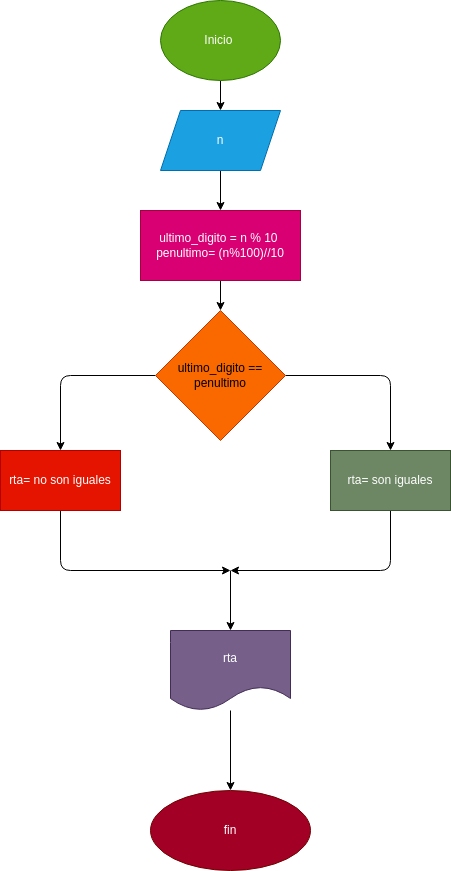
The draw.io diagram diagrama.png in Thiago3108/Dos_digitos_iguales, before a commit. Source tidied: cells renumbered, new cells last; positions are measured from the earlier drawing's top-left corner, leaving out a move shared by most shapes.
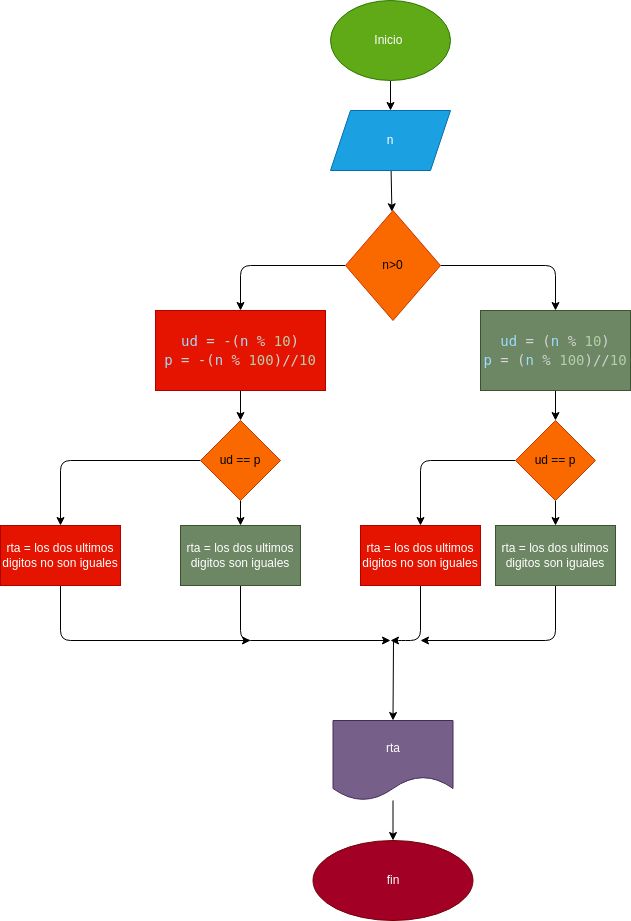
After the commit.

Diff of the diagram source:
```diff
@@ -8,71 +8,125 @@
     <mxCell id="3" value="Inicio&amp;nbsp;" style="ellipse;whiteSpace=wrap;html=1;fillColor=#60a917;fontColor=#ffffff;strokeColor=#2D7600;" parent="1" vertex="1">
       <mxGeometry x="160" width="120" height="80" as="geometry" />
     </mxCell>
-    <mxCell id="4" style="edgeStyle=none;html=1;" parent="1" edge="1" source="5" target="7">
+    <mxCell id="4" style="edgeStyle=none;html=1;" parent="1" edge="1" source="5" target="10">
       <mxGeometry relative="1" as="geometry" />
     </mxCell>
     <mxCell id="5" value="n" style="shape=parallelogram;perimeter=parallelogramPerimeter;whiteSpace=wrap;html=1;fixedSize=1;fillColor=#1ba1e2;fontColor=#ffffff;strokeColor=#006EAF;" parent="1" vertex="1">
       <mxGeometry x="160" y="110" width="120" height="60" as="geometry" />
     </mxCell>
-    <mxCell id="6" style="edgeStyle=none;html=1;" parent="1" edge="1" source="7" target="10">
-      <mxGeometry relative="1" as="geometry" />
-    </mxCell>
-    <mxCell id="7" value="ultimo_digito = n % 10&amp;nbsp;&lt;br&gt;penultimo= (n%100)//10" style="whiteSpace=wrap;html=1;fillColor=#d80073;fontColor=#ffffff;strokeColor=#A50040;" parent="1" vertex="1">
-      <mxGeometry x="140" y="210" width="160" height="70" as="geometry" />
-    </mxCell>
     <mxCell id="8" style="edgeStyle=none;html=1;" parent="1" edge="1" source="10" target="12">
       <mxGeometry relative="1" as="geometry">
         <Array as="points">
-          <mxPoint x="60" y="375" />
+          <mxPoint x="70" y="265" />
         </Array>
       </mxGeometry>
     </mxCell>
     <mxCell id="9" style="edgeStyle=none;html=1;" parent="1" edge="1" source="10" target="14">
       <mxGeometry relative="1" as="geometry">
         <Array as="points">
-          <mxPoint x="390" y="375" />
+          <mxPoint x="385" y="265" />
         </Array>
       </mxGeometry>
     </mxCell>
-    <mxCell id="10" value="ultimo_digito == penultimo" style="rhombus;whiteSpace=wrap;html=1;fillColor=#fa6800;fontColor=#000000;strokeColor=#C73500;" parent="1" vertex="1">
-      <mxGeometry x="155" y="310" width="130" height="130" as="geometry" />
+    <mxCell id="10" value="n&amp;gt;0" style="rhombus;whiteSpace=wrap;html=1;fillColor=#fa6800;fontColor=#000000;strokeColor=#C73500;" parent="1" vertex="1">
+      <mxGeometry x="175" y="210" width="95" height="110" as="geometry" />
     </mxCell>
-    <mxCell id="11" style="edgeStyle=none;html=1;" parent="1" edge="1" source="12">
-      <mxGeometry relative="1" as="geometry">
-        <mxPoint x="230" y="570" as="targetPoint" />
-        <Array as="points">
-          <mxPoint x="60" y="570" />
-        </Array>
-      </mxGeometry>
-    </mxCell>
+    <mxCell id="19" style="edgeStyle=none;html=1;" parent="1" edge="1" source="12" target="23">
+      <mxGeometry relative="1" as="geometry" />
+    </mxCell>
-    <mxCell id="12" value="rta= no son iguales" style="whiteSpace=wrap;html=1;fillColor=#e51400;fontColor=#ffffff;strokeColor=#B20000;" parent="1" vertex="1">
-      <mxGeometry y="450" width="120" height="60" as="geometry" />
+    <mxCell id="12" value="&lt;div style=&quot;color: rgb(212, 212, 212); font-family: &amp;quot;Droid Sans Mono&amp;quot;, &amp;quot;monospace&amp;quot;, monospace; font-size: 14px; line-height: 19px;&quot;&gt;&lt;div style=&quot;&quot;&gt;&lt;span style=&quot;color: rgb(156, 220, 254);&quot;&gt;ud&lt;/span&gt; = -(&lt;span style=&quot;color: rgb(156, 220, 254);&quot;&gt;n&lt;/span&gt; % &lt;span style=&quot;color: rgb(181, 206, 168);&quot;&gt;10&lt;/span&gt;)&lt;/div&gt;&lt;div style=&quot;&quot;&gt;    &lt;span style=&quot;color: rgb(156, 220, 254);&quot;&gt;p&lt;/span&gt; = -(&lt;span style=&quot;color: rgb(156, 220, 254);&quot;&gt;n&lt;/span&gt; % &lt;span style=&quot;color: rgb(181, 206, 168);&quot;&gt;100&lt;/span&gt;)//&lt;span style=&quot;color: rgb(181, 206, 168);&quot;&gt;10&lt;/span&gt;&lt;/div&gt;&lt;/div&gt;" style="whiteSpace=wrap;html=1;fillColor=#e51400;fontColor=#ffffff;strokeColor=#B20000;" parent="1" vertex="1">
+      <mxGeometry x="-15" y="310" width="170" height="80" as="geometry" />
     </mxCell>
-    <mxCell id="13" style="edgeStyle=none;html=1;" parent="1" edge="1" source="14">
-      <mxGeometry relative="1" as="geometry">
-        <mxPoint x="230" y="570" as="targetPoint" />
-        <Array as="points">
-          <mxPoint x="390" y="570" />
-        </Array>
-      </mxGeometry>
-    </mxCell>
+    <mxCell id="20" style="edgeStyle=none;html=1;" parent="1" edge="1" source="14" target="26">
+      <mxGeometry relative="1" as="geometry" />
+    </mxCell>
-    <mxCell id="14" value="rta= son iguales" style="whiteSpace=wrap;html=1;fillColor=#6d8764;fontColor=#ffffff;strokeColor=#3A5431;" parent="1" vertex="1">
-      <mxGeometry x="330" y="450" width="120" height="60" as="geometry" />
+    <mxCell id="14" value="&lt;div style=&quot;color: rgb(212, 212, 212); font-family: &amp;quot;Droid Sans Mono&amp;quot;, &amp;quot;monospace&amp;quot;, monospace; font-size: 14px; line-height: 19px;&quot;&gt;&lt;div style=&quot;&quot;&gt;&lt;span style=&quot;color: rgb(156, 220, 254);&quot;&gt;ud&lt;/span&gt; = (&lt;span style=&quot;color: rgb(156, 220, 254);&quot;&gt;n&lt;/span&gt; % &lt;span style=&quot;color: rgb(181, 206, 168);&quot;&gt;10&lt;/span&gt;)&lt;/div&gt;&lt;div style=&quot;&quot;&gt;    &lt;span style=&quot;color: rgb(156, 220, 254);&quot;&gt;p&lt;/span&gt; = (&lt;span style=&quot;color: rgb(156, 220, 254);&quot;&gt;n&lt;/span&gt; % &lt;span style=&quot;color: rgb(181, 206, 168);&quot;&gt;100&lt;/span&gt;)//&lt;span style=&quot;color: rgb(181, 206, 168);&quot;&gt;10&lt;/span&gt;&lt;/div&gt;&lt;/div&gt;" style="whiteSpace=wrap;html=1;fillColor=#6d8764;fontColor=#ffffff;strokeColor=#3A5431;" parent="1" vertex="1">
+      <mxGeometry x="310" y="310" width="150" height="80" as="geometry" />
     </mxCell>
-    <mxCell id="15" style="endArrow=classic;html=1;" parent="1" edge="1">
-      <mxGeometry relative="1" as="geometry">
-        <mxPoint x="230" y="570" as="sourcePoint" />
-        <mxPoint x="230" y="630" as="targetPoint" />
-      </mxGeometry>
-    </mxCell>
     <mxCell id="16" style="edgeStyle=none;html=1;" parent="1" edge="1" source="17" target="18">
       <mxGeometry relative="1" as="geometry" />
     </mxCell>
     <mxCell id="17" value="rta" style="shape=document;whiteSpace=wrap;html=1;boundedLbl=1;fillColor=#76608a;fontColor=#ffffff;strokeColor=#432D57;" parent="1" vertex="1">
-      <mxGeometry x="170" y="630" width="120" height="80" as="geometry" />
+      <mxGeometry x="162.5" y="720" width="120" height="80" as="geometry" />
     </mxCell>
     <mxCell id="18" value="fin" style="ellipse;whiteSpace=wrap;html=1;fillColor=#a20025;fontColor=#ffffff;strokeColor=#6F0000;" parent="1" vertex="1">
-      <mxGeometry x="150" y="790" width="160" height="80" as="geometry" />
+      <mxGeometry x="142.5" y="840" width="160" height="80" as="geometry" />
     </mxCell>
+    <mxCell id="21" style="edgeStyle=none;html=1;" parent="1" edge="1" source="23" target="32">
+      <mxGeometry relative="1" as="geometry">
+        <Array as="points">
+          <mxPoint x="-110" y="460" />
+        </Array>
+      </mxGeometry>
+    </mxCell>
+    <mxCell id="22" style="edgeStyle=none;html=1;" parent="1" edge="1" source="23" target="34">
+      <mxGeometry relative="1" as="geometry" />
+    </mxCell>
+    <mxCell id="23" value="ud == p" style="rhombus;whiteSpace=wrap;html=1;fillColor=#fa6800;strokeColor=#C73500;fontColor=#000000;" parent="1" vertex="1">
+      <mxGeometry x="30" y="420" width="80" height="80" as="geometry" />
+    </mxCell>
+    <mxCell id="24" style="edgeStyle=none;html=1;" parent="1" edge="1" source="26" target="28">
+      <mxGeometry relative="1" as="geometry" />
+    </mxCell>
+    <mxCell id="25" style="edgeStyle=none;html=1;" parent="1" edge="1" source="26" target="30">
+      <mxGeometry relative="1" as="geometry">
+        <Array as="points">
+          <mxPoint x="250" y="460" />
+        </Array>
+      </mxGeometry>
+    </mxCell>
+    <mxCell id="26" value="ud == p" style="rhombus;whiteSpace=wrap;html=1;fillColor=#fa6800;strokeColor=#C73500;fontColor=#000000;" parent="1" vertex="1">
+      <mxGeometry x="345" y="420" width="80" height="80" as="geometry" />
+    </mxCell>
+    <mxCell id="27" style="edgeStyle=none;html=1;" parent="1" edge="1" source="28">
+      <mxGeometry relative="1" as="geometry">
+        <mxPoint x="250" y="640" as="targetPoint" />
+        <Array as="points">
+          <mxPoint x="385" y="640" />
+        </Array>
+      </mxGeometry>
+    </mxCell>
+    <mxCell id="28" value="rta = los dos ultimos digitos son iguales" style="whiteSpace=wrap;html=1;fillColor=#6d8764;strokeColor=#3A5431;fontColor=#ffffff;" parent="1" vertex="1">
+      <mxGeometry x="325" y="525" width="120" height="60" as="geometry" />
+    </mxCell>
+    <mxCell id="29" style="edgeStyle=none;html=1;" parent="1" edge="1" source="30">
+      <mxGeometry relative="1" as="geometry">
+        <mxPoint x="220" y="640" as="targetPoint" />
+        <Array as="points">
+          <mxPoint x="250" y="640" />
+          <mxPoint x="230" y="640" />
+        </Array>
+      </mxGeometry>
+    </mxCell>
+    <mxCell id="30" value="rta = los dos ultimos digitos no son iguales" style="whiteSpace=wrap;html=1;fillColor=#e51400;strokeColor=#B20000;fontColor=#ffffff;" parent="1" vertex="1">
+      <mxGeometry x="190" y="525" width="120" height="60" as="geometry" />
+    </mxCell>
+    <mxCell id="31" style="edgeStyle=none;html=1;" parent="1" edge="1" source="32">
+      <mxGeometry relative="1" as="geometry">
+        <mxPoint x="80" y="640" as="targetPoint" />
+        <Array as="points">
+          <mxPoint x="-110" y="640" />
+        </Array>
+      </mxGeometry>
+    </mxCell>
+    <mxCell id="32" value="rta = los dos ultimos digitos no son iguales" style="whiteSpace=wrap;html=1;fillColor=#e51400;strokeColor=#B20000;fontColor=#ffffff;" parent="1" vertex="1">
+      <mxGeometry x="-170" y="525" width="120" height="60" as="geometry" />
+    </mxCell>
+    <mxCell id="33" style="edgeStyle=none;html=1;" parent="1" edge="1" source="34">
+      <mxGeometry relative="1" as="geometry">
+        <mxPoint x="220" y="640" as="targetPoint" />
+        <Array as="points">
+          <mxPoint x="70" y="640" />
+        </Array>
+      </mxGeometry>
+    </mxCell>
+    <mxCell id="34" value="rta = los dos ultimos digitos son iguales" style="whiteSpace=wrap;html=1;fillColor=#6d8764;strokeColor=#3A5431;fontColor=#ffffff;" parent="1" vertex="1">
+      <mxGeometry x="10" y="525" width="120" height="60" as="geometry" />
+    </mxCell>
+    <mxCell id="35" style="endArrow=classic;html=1;entryX=0.5;entryY=0;entryDx=0;entryDy=0;" parent="1" edge="1" target="17">
+      <mxGeometry relative="1" as="geometry">
+        <mxPoint x="223" y="640" as="sourcePoint" />
+      </mxGeometry>
+    </mxCell>
   </root>
 </mxGraphModel>
```
